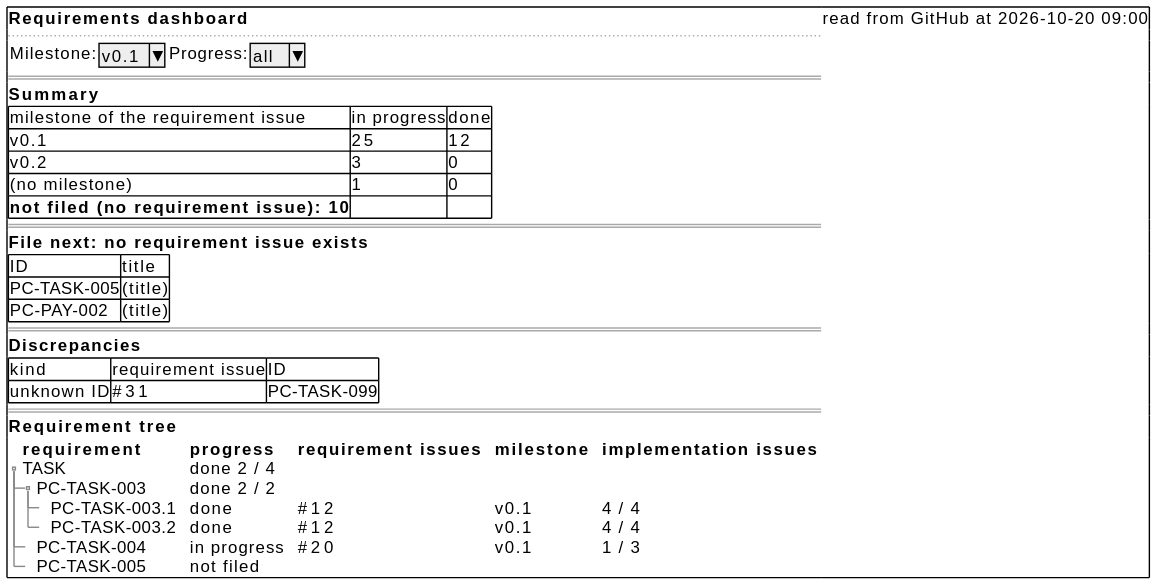
This is docs/ja/requirements/dashboard/dashboard-wireframe.svg from cloveclovedev/cumin-trace, a PlantUML export, as it was before one commit.
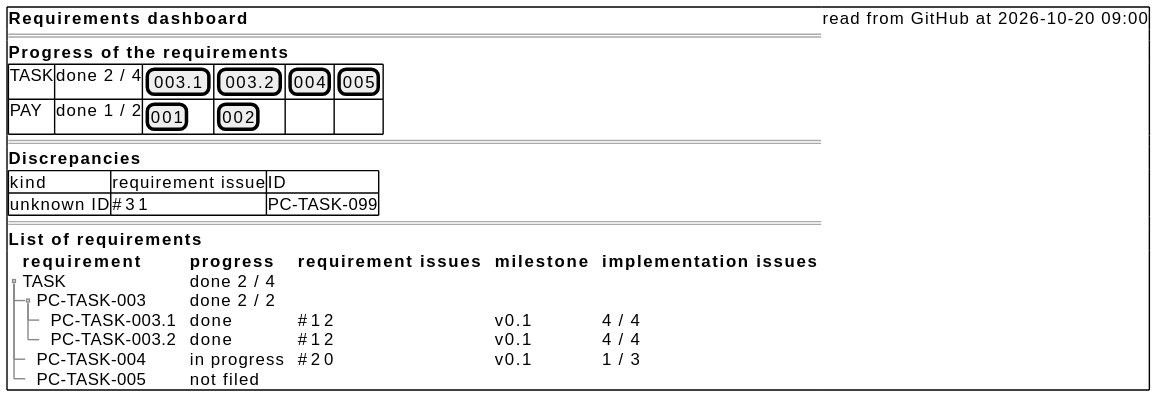
The same diagram one commit later.

Commit message:
docs(requirements): deprecate the summary, the file-next list, and the filter of the dashboard (#163)

Change to the diagram source:
```diff
@@ -2,23 +2,11 @@
 salt
 {+
   <b>Requirements dashboard | read from GitHub at 2026-10-20 09:00
-  ..
-  { Milestone: | ^v0.1^ | Progress: | ^all^ }
   ==
-  <b>Summary
+  <b>Progress of the requirements
   {#
-    milestone of the requirement issue | in progress | done
-    v0.1 | 25 | 12
-    v0.2 | 3 | 0
-    (no milestone) | 1 | 0
-    <b>not filed (no requirement issue): 10 | . | .
-  }
-  ==
-  <b>File next: no requirement issue exists
-  {#
-    ID | title
-    PC-TASK-005 | (title)
-    PC-PAY-002 | (title)
+    TASK | done 2 / 4 | [003.1] | [003.2] | [004] | [005]
+    PAY | done 1 / 2 | [001] | [002] | . | .
   }
   ==
   <b>Discrepancies
@@ -27,7 +15,7 @@
     unknown ID | ~#31 | PC-TASK-099
   }
   ==
-  <b>Requirement tree
+  <b>List of requirements
   {T
     + <b>requirement | <b>progress | <b>requirement issues | <b>milestone | <b>implementation issues
     + TASK | done 2 / 4 | . | . | .
```
